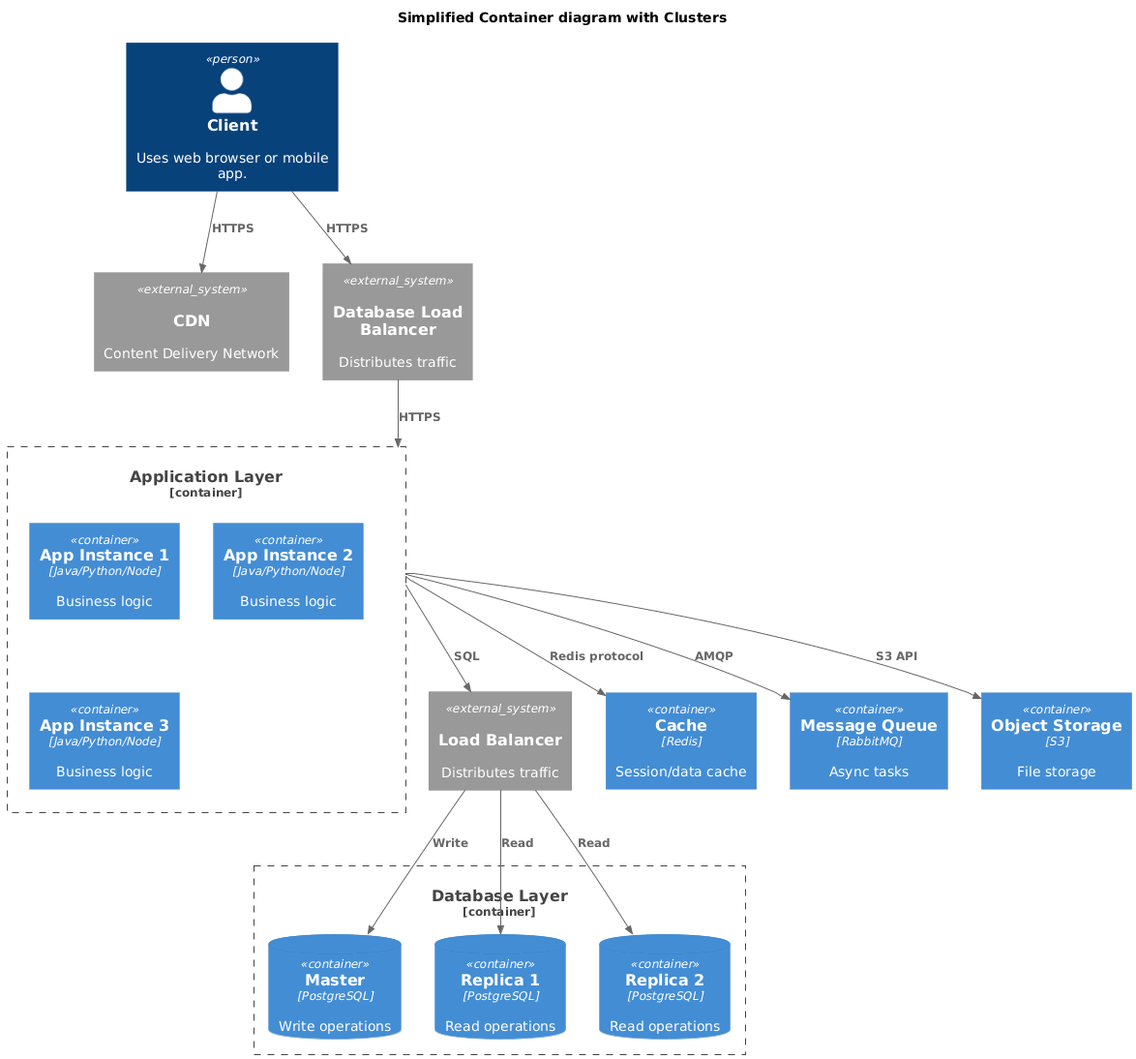
This is 1 week/c4_simple_system.png from JuliaBars/system_design, a PlantUML export, as it was before one commit.
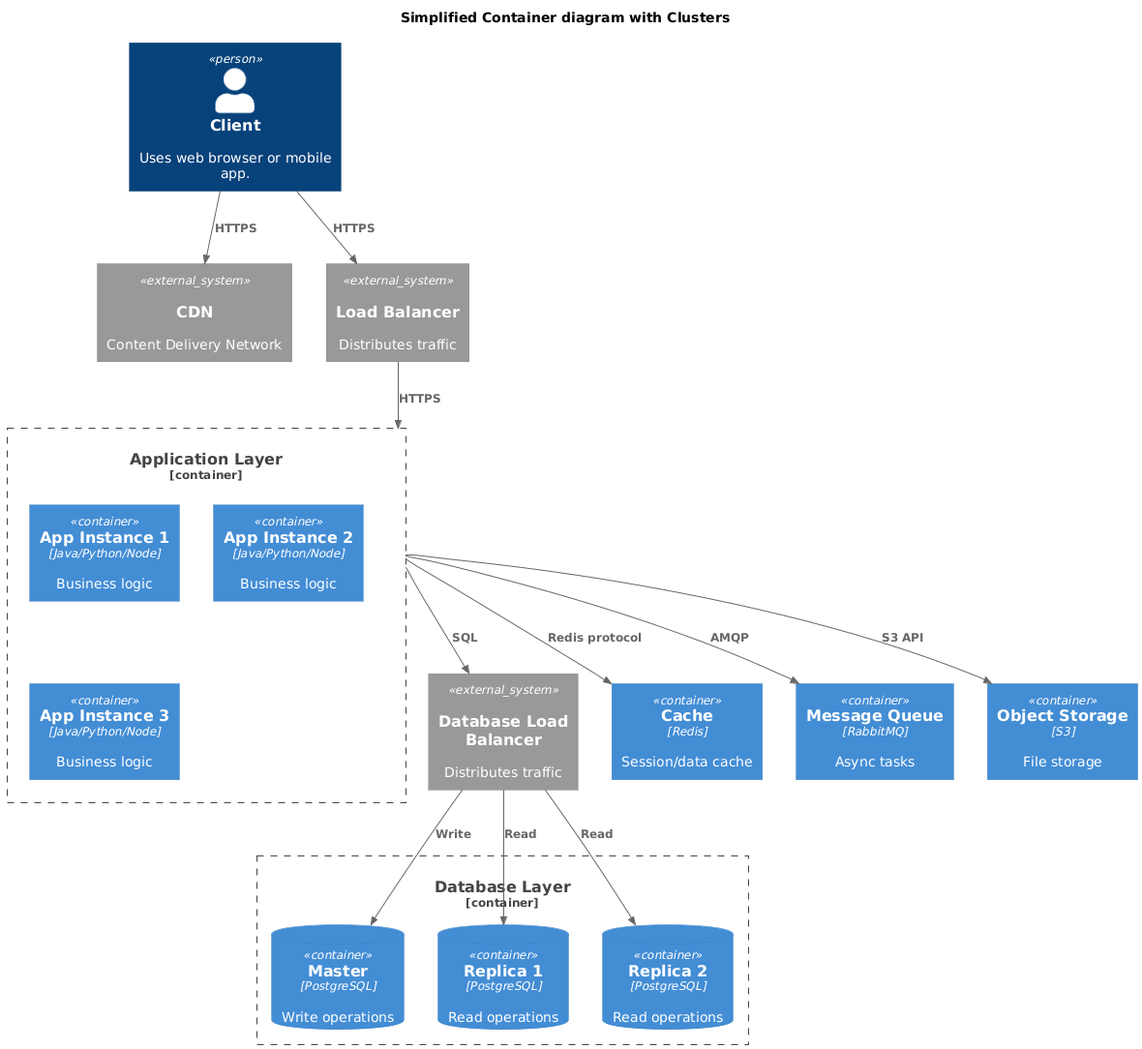
Later version of the same file.

The edit, as a diff of the source:
```diff
@@ -6,8 +6,8 @@
 Person(customer, "Client", "Uses web browser or mobile app.")
 
 System_Ext(cdn, "CDN", "Content Delivery Network", $sprite="internet")
-System_Ext(lb_2, "Load Balancer", "Distributes traffic", $sprite="internet")
-System_Ext(lb, "Database Load Balancer", "Distributes traffic", $sprite="elasticsearch")
+System_Ext(lb_2, "Database Load Balancer", "Distributes traffic", $sprite="internet")
+System_Ext(lb, "Load Balancer", "Distributes traffic", $sprite="elasticsearch")
 
 Container_Boundary(apps, "Application Layer") {
     Container(app1, "App Instance 1", "Java/Python/Node", "Business logic")
```
